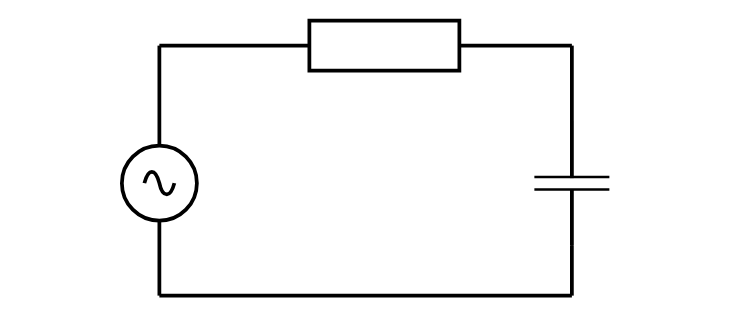
The draw.io diagram Untitled Diagram.drawio in charokoukuu/OnsenUI-dist, before the edit. Source tidied: cells renumbered, new cells numbered last; positions are measured from the earlier drawing's top-left corner, leaving out a move shared by most shapes. Both pictures are drawn from the tidied source at 125%, with x=0, y=0 at pixel (121, 20).
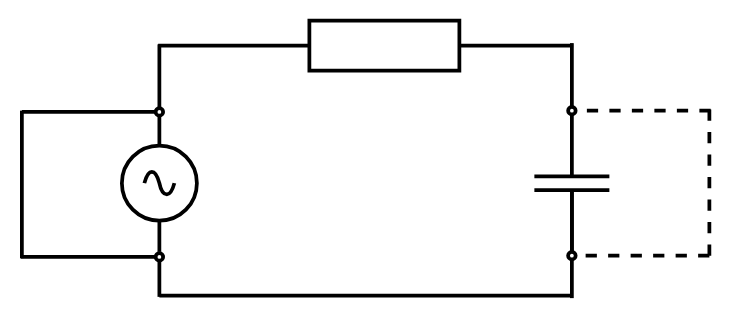
Above is the later version.

Unchanged cells that the change refers to:
```xml
<mxCell id="4" style="verticalLabelPosition=bottom;shadow=0;dashed=0;align=center;html=1;verticalAlign=top;shape=mxgraph.electrical.signal_sources.source;points=[[0.5,0,0],[1,0.5,0],[0.5,1,0],[0,0.5,0]];elSignalType=ac;strokeWidth=3;" parent="1" vertex="1">
  <mxGeometry y="100" width="60" height="60" as="geometry" />
</mxCell>
<mxCell id="7" style="rounded=0;whiteSpace=wrap;html=1;strokeWidth=3;" parent="1" vertex="1">
  <mxGeometry x="150" width="120" height="40" as="geometry" />
</mxCell>
```

The edit, as a diff of the source:
```diff
@@
-    <mxCell id="2" style="edgeStyle=none;rounded=0;jettySize=auto;html=1;exitX=0.5;exitY=0;exitDx=0;exitDy=0;exitPerimeter=0;endArrow=none;endFill=0;strokeWidth=3;" parent="1" edge="1" source="4">
+    <mxCell id="2" style="edgeStyle=none;rounded=0;orthogonalLoop=1;jettySize=auto;html=1;endArrow=none;endFill=0;strokeWidth=3;" parent="1" edge="1">
       <mxGeometry relative="1" as="geometry">
-        <mxPoint x="30" y="20" as="targetPoint" />
+        <mxPoint x="30" y="71" as="sourcePoint" />
+        <mxPoint x="30" y="19" as="targetPoint" />
       </mxGeometry>
     </mxCell>
-    <mxCell id="3" style="edgeStyle=none;rounded=0;jettySize=auto;html=1;exitX=0.5;exitY=1;exitDx=0;exitDy=0;exitPerimeter=0;endArrow=none;endFill=0;strokeWidth=3;" parent="1" edge="1" source="4">
+    <mxCell id="3" style="edgeStyle=none;rounded=0;orthogonalLoop=1;jettySize=auto;html=1;endArrow=none;endFill=0;strokeWidth=3;" parent="1" edge="1">
       <mxGeometry relative="1" as="geometry">
-        <mxPoint x="30" y="220" as="targetPoint" />
+        <mxPoint x="30" y="191" as="sourcePoint" />
+        <mxPoint x="30" y="221" as="targetPoint" />
       </mxGeometry>
     </mxCell>
+    <mxCell id="13" style="edgeStyle=orthogonalEdgeStyle;rounded=0;jettySize=auto;html=1;exitX=0.5;exitY=0;exitDx=0;exitDy=0;exitPerimeter=0;startArrow=none;startFill=0;endArrow=none;endFill=0;targetPerimeterSpacing=0;strokeWidth=3;" parent="1" edge="1" source="4">
+      <mxGeometry relative="1" as="geometry">
+        <mxPoint x="30" y="77" as="targetPoint" />
+      </mxGeometry>
+    </mxCell>
+    <mxCell id="14" style="edgeStyle=orthogonalEdgeStyle;rounded=0;jettySize=auto;html=1;exitX=0.5;exitY=1;exitDx=0;exitDy=0;exitPerimeter=0;startArrow=none;startFill=0;endArrow=none;endFill=0;targetPerimeterSpacing=0;strokeWidth=3;" parent="1" edge="1" source="4">
+      <mxGeometry relative="1" as="geometry">
+        <mxPoint x="30" y="185" as="targetPoint" />
+      </mxGeometry>
+    </mxCell>
@@
     <mxCell id="5" style="edgeStyle=none;rounded=0;jettySize=auto;html=1;exitX=0;exitY=0.5;exitDx=0;exitDy=0;endArrow=none;endFill=0;strokeWidth=3;" parent="1" edge="1" source="7">
       <mxGeometry relative="1" as="geometry">
-        <mxPoint x="30" y="20" as="targetPoint" />
+        <mxPoint x="29" y="20" as="targetPoint" />
       </mxGeometry>
     </mxCell>
-    <mxCell id="6" style="edgeStyle=none;rounded=0;jettySize=auto;html=1;exitX=1;exitY=0.5;exitDx=0;exitDy=0;endArrow=none;endFill=0;strokeWidth=3;" parent="1" edge="1" source="7">
+    <mxCell id="6" style="edgeStyle=none;rounded=0;orthogonalLoop=1;jettySize=auto;html=1;exitX=1;exitY=0.5;exitDx=0;exitDy=0;endArrow=none;endFill=0;strokeWidth=3;" parent="1" edge="1">
       <mxGeometry relative="1" as="geometry">
-        <mxPoint x="360" y="20" as="targetPoint" />
+        <mxPoint x="261" y="20" as="sourcePoint" />
+        <mxPoint x="361" y="20" as="targetPoint" />
       </mxGeometry>
     </mxCell>
@@
-    <mxCell id="8" style="edgeStyle=none;rounded=0;jettySize=auto;html=1;exitX=0.46;exitY=0.5;exitDx=0;exitDy=0;exitPerimeter=0;endArrow=none;endFill=0;strokeWidth=3;" parent="1" edge="1" source="10">
+    <mxCell id="8" style="edgeStyle=none;rounded=0;orthogonalLoop=1;jettySize=auto;html=1;endArrow=none;endFill=0;strokeWidth=3;" parent="1" edge="1">
       <mxGeometry relative="1" as="geometry">
-        <mxPoint x="360" y="20" as="targetPoint" />
+        <mxPoint x="360" y="69" as="sourcePoint" />
+        <mxPoint x="360" y="18" as="targetPoint" />
       </mxGeometry>
     </mxCell>
-    <mxCell id="9" style="edgeStyle=none;rounded=0;jettySize=auto;html=1;exitX=1;exitY=0.5;exitDx=0;exitDy=0;exitPerimeter=0;endArrow=none;endFill=0;strokeWidth=3;" parent="1" edge="1" source="10">
+    <mxCell id="9" style="edgeStyle=none;rounded=0;orthogonalLoop=1;jettySize=auto;html=1;endArrow=none;endFill=0;strokeWidth=3;" parent="1" edge="1">
       <mxGeometry relative="1" as="geometry">
-        <mxPoint x="360" y="220" as="targetPoint" />
+        <mxPoint x="360" y="191" as="sourcePoint" />
+        <mxPoint x="360" y="222" as="targetPoint" />
       </mxGeometry>
     </mxCell>
-    <mxCell id="10" style="verticalLabelPosition=bottom;shadow=0;dashed=0;align=center;html=1;verticalAlign=top;shape=mxgraph.electrical.capacitors.capacitor_1;rotation=90;strokeWidth=2;" parent="1" vertex="1">
-      <mxGeometry x="310" y="100" width="100" height="60" as="geometry" />
+    <mxCell id="10" style="verticalLabelPosition=bottom;shadow=0;dashed=0;align=center;html=1;verticalAlign=top;shape=mxgraph.electrical.capacitors.capacitor_1;rotation=90;strokeWidth=3;" parent="1" vertex="1">
+      <mxGeometry x="305" y="100" width="110" height="60" as="geometry" />
     </mxCell>
@@
+    <mxCell id="15" style="endArrow=oval;html=1;strokeWidth=3;targetPerimeterSpacing=0;edgeStyle=orthogonalEdgeStyle;endFill=0;" parent="1" edge="1">
+      <mxGeometry relative="1" as="geometry">
+        <mxPoint x="-80" y="73" as="sourcePoint" />
+        <mxPoint x="30" y="73" as="targetPoint" />
+      </mxGeometry>
+    </mxCell>
+    <mxCell id="16" style="endArrow=none;html=1;targetPerimeterSpacing=0;strokeWidth=3;" parent="1" edge="1">
+      <mxGeometry relative="1" as="geometry">
+        <mxPoint x="-80" y="190" as="sourcePoint" />
+        <mxPoint x="-80" y="72" as="targetPoint" />
+      </mxGeometry>
+    </mxCell>
+    <mxCell id="17" style="endArrow=oval;html=1;targetPerimeterSpacing=0;strokeWidth=3;endFill=0;" parent="1" edge="1">
+      <mxGeometry relative="1" as="geometry">
+        <mxPoint x="-81" y="189" as="sourcePoint" />
+        <mxPoint x="30" y="189" as="targetPoint" />
+      </mxGeometry>
+    </mxCell>
+    <mxCell id="18" style="endArrow=oval;html=1;strokeWidth=3;edgeStyle=orthogonalEdgeStyle;endFill=0;targetPerimeterSpacing=0;dashed=1;" parent="1" edge="1">
+      <mxGeometry x="560" y="151" as="geometry">
+        <mxPoint x="470" y="188" as="sourcePoint" />
+        <mxPoint x="360" y="188" as="targetPoint" />
+      </mxGeometry>
+    </mxCell>
+    <mxCell id="19" style="endArrow=none;html=1;strokeWidth=3;targetPerimeterSpacing=0;dashed=1;" parent="1" edge="1">
+      <mxGeometry x="560" y="151" as="geometry">
+        <mxPoint x="470" y="71" as="sourcePoint" />
+        <mxPoint x="470" y="189" as="targetPoint" />
+      </mxGeometry>
+    </mxCell>
+    <mxCell id="20" style="endArrow=oval;html=1;strokeWidth=3;endFill=0;targetPerimeterSpacing=0;dashed=1;" parent="1" edge="1">
+      <mxGeometry x="560" y="151" as="geometry">
+        <mxPoint x="471" y="72" as="sourcePoint" />
+        <mxPoint x="360" y="72" as="targetPoint" />
+      </mxGeometry>
+    </mxCell>
```
